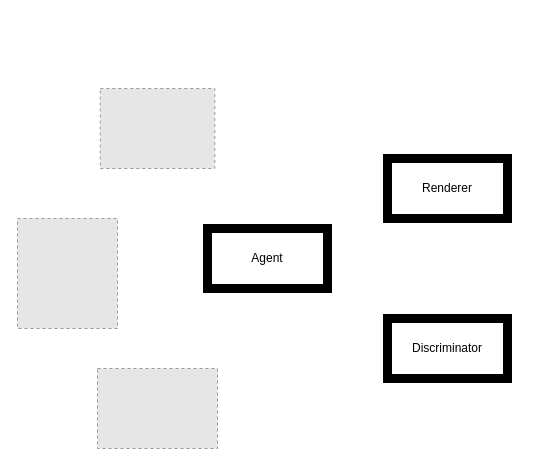
coderkhaleesi/autopaint keeps this draw.io diagram as Untitled Diagram.drawio. Above is the earlier version. Source tidied: cells renumbered, new cells numbered last; positions are measured from the earlier drawing's top-left corner, leaving out a move shared by most shapes. Both pictures are drawn from the tidied source at 100%, with x=0, y=0 at pixel (17, 88). Pictures stored in the file or linked from it are replaced by grey dashed boxes.
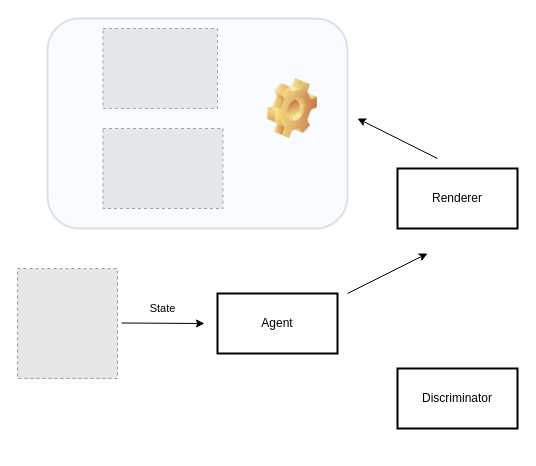
The same page after the edit.

The edit, as a diff of the source:
```diff
@@
 <mxGraphModel>
   <root>
     <mxCell id="0" />
     <mxCell id="1" parent="0" />
     <mxCell id="2" style="fillColor=#E6E6E6;strokeColor=#999999;dashed=1;html=1;verticalLabelPosition=bottom;verticalAlign=top;" parent="1" vertex="1">
-      <mxGeometry y="130" width="100" height="110" as="geometry" />
+      <mxGeometry y="180" width="100" height="110" as="geometry" />
     </mxCell>
     <mxCell id="3" style="fillColor=#E6E6E6;strokeColor=#999999;dashed=1;html=1;verticalLabelPosition=bottom;verticalAlign=top;" parent="1" vertex="1">
-      <mxGeometry x="82.8" width="114.5" height="80" as="geometry" />
+      <mxGeometry x="85.5" y="-60" width="114.5" height="80" as="geometry" />
     </mxCell>
     <mxCell id="4" style="fillColor=#E6E6E6;strokeColor=#999999;dashed=1;html=1;verticalLabelPosition=bottom;verticalAlign=top;" parent="1" vertex="1">
-      <mxGeometry x="80" y="280" width="120" height="80" as="geometry" />
+      <mxGeometry x="85.5" y="40" width="120" height="80" as="geometry" />
     </mxCell>
-    <mxCell id="5" value="Agent" style="rounded=0;whiteSpace=wrap;html=1;strokeWidth=9;" parent="1" vertex="1">
-      <mxGeometry x="190" y="140" width="120" height="60" as="geometry" />
+    <mxCell id="5" value="Agent" style="rounded=0;whiteSpace=wrap;html=1;strokeWidth=2;" parent="1" vertex="1">
+      <mxGeometry x="200" y="205" width="120" height="60" as="geometry" />
     </mxCell>
-    <mxCell id="6" value="Renderer" style="rounded=0;whiteSpace=wrap;html=1;strokeWidth=9;" parent="1" vertex="1">
-      <mxGeometry x="370" y="70" width="120" height="60" as="geometry" />
+    <mxCell id="6" value="Renderer" style="rounded=0;whiteSpace=wrap;html=1;strokeWidth=2;" parent="1" vertex="1">
+      <mxGeometry x="380" y="80" width="120" height="60" as="geometry" />
     </mxCell>
-    <mxCell id="7" value="Discriminator" style="rounded=0;whiteSpace=wrap;html=1;strokeWidth=9;" parent="1" vertex="1">
-      <mxGeometry x="370" y="230" width="120" height="60" as="geometry" />
+    <mxCell id="7" value="Discriminator" style="rounded=0;whiteSpace=wrap;html=1;strokeWidth=2;" parent="1" vertex="1">
+      <mxGeometry x="380" y="280" width="120" height="60" as="geometry" />
     </mxCell>
+    <mxCell id="8" style="endArrow=classic;html=1;" parent="1" edge="1">
+      <mxGeometry relative="1" as="geometry">
+        <mxPoint x="104.1" y="234.5" as="sourcePoint" />
+        <mxPoint x="186.9" y="235" as="targetPoint" />
+      </mxGeometry>
+    </mxCell>
+    <mxCell id="9" value="State" style="edgeLabel;html=1;align=center;verticalAlign=middle;" parent="8" vertex="1">
+      <mxGeometry relative="1" as="geometry">
+        <mxPoint x="-1" y="-14.8" as="offset" />
+      </mxGeometry>
+    </mxCell>
+    <mxCell id="10" style="endArrow=classic;html=1;" parent="1" edge="1">
+      <mxGeometry relative="1" as="geometry">
+        <mxPoint x="330" y="205" as="sourcePoint" />
+        <mxPoint x="410" y="165" as="targetPoint" />
+      </mxGeometry>
+    </mxCell>
+    <mxCell id="11" style="shape=image;html=1;verticalLabelPosition=bottom;verticalAlign=top;imageAspect=0;image=img/clipart/Gear_128x128.png;strokeWidth=2;" parent="1" vertex="1">
+      <mxGeometry x="250" y="-10" width="50" height="60" as="geometry" />
+    </mxCell>
+    <mxCell id="12" style="endArrow=classic;html=1;fillColor=#fff2cc;" parent="1" edge="1">
+      <mxGeometry relative="1" as="geometry">
+        <mxPoint x="420" y="70" as="sourcePoint" />
+        <mxPoint x="340" y="30" as="targetPoint" />
+        <Array as="points">
+          <mxPoint x="380" y="50" />
+        </Array>
+      </mxGeometry>
+    </mxCell>
+    <mxCell id="13" style="rounded=1;whiteSpace=wrap;html=1;strokeWidth=2;fillColor=#cce5ff;strokeColor=#36393d;opacity=15;" parent="1" vertex="1">
+      <mxGeometry x="30" y="-70" width="300" height="210" as="geometry" />
+    </mxCell>
   </root>
 </mxGraphModel>
```
